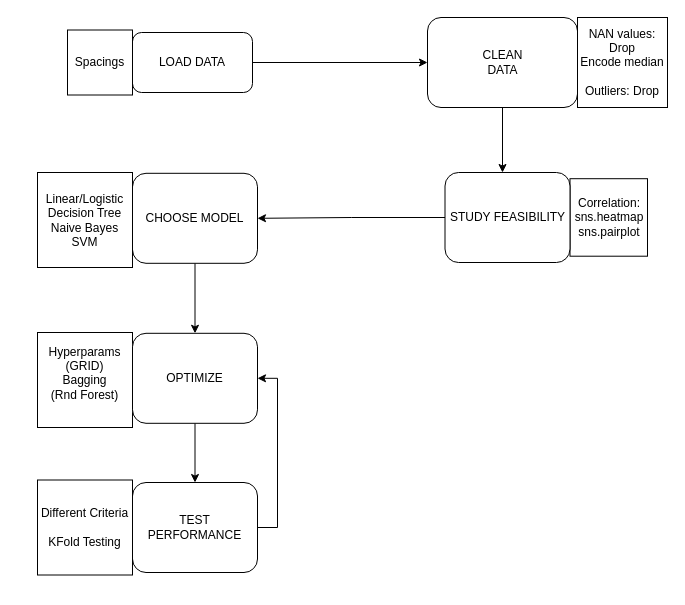
Borja-rg/idal_ia3 keeps this draw.io diagram as Project Process.drawio. Above is the earlier version. Source tidied: cells renumbered, new cells numbered last; positions are measured from the earlier drawing's top-left corner, leaving out a move shared by most shapes. Both pictures are drawn from the tidied source at 100%, with x=0, y=0 at pixel (37, 17).
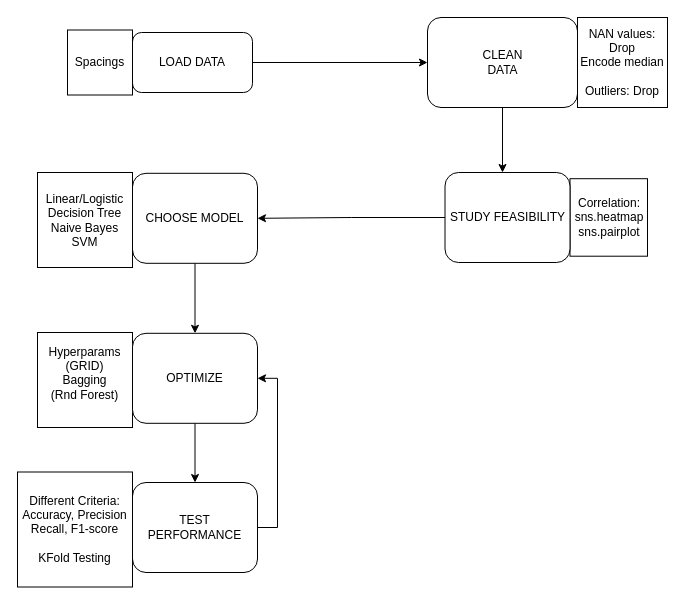
Above is the later version.

The edit, as a diff of the source:
```diff
@@
-    <mxCell id="20" value="&lt;div&gt;Different Criteria&lt;/div&gt;&lt;div&gt;&lt;br&gt;&lt;/div&gt;&lt;div&gt;KFold Testing&lt;br&gt;&lt;/div&gt;" style="whiteSpace=wrap;html=1;" parent="1" vertex="1">
-      <mxGeometry y="462.5" width="95" height="95" as="geometry" />
+    <mxCell id="20" value="&lt;div&gt;Different Criteria:&lt;/div&gt;&lt;div&gt;Accuracy, Precision&lt;/div&gt;&lt;div&gt;Recall, F1-score&lt;/div&gt;&lt;div&gt;&lt;br&gt;&lt;/div&gt;&lt;div&gt;KFold Testing&lt;br&gt;&lt;/div&gt;" style="whiteSpace=wrap;html=1;" parent="1" vertex="1">
+      <mxGeometry x="-20" y="454.5" width="115" height="115" as="geometry" />
     </mxCell>
```
